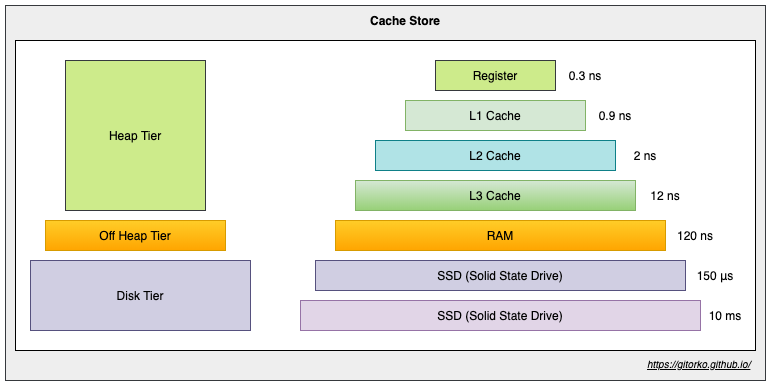
Above: post/grokking-the-system-design-interview/cache-store.png in gitorko/gitorko.github.io (draw.io), before the change. Source tidied: cells renumbered, new cells last; positions are measured from the earlier drawing's top-left corner, leaving out a move shared by most shapes. Its diagram source:
```xml
<mxGraphModel>
  <root>
    <mxCell id="0" />
    <mxCell id="1" parent="0" />
    <mxCell id="2" style="rounded=0;whiteSpace=wrap;html=1;fillColor=#eeeeee;strokeColor=#36393d;" parent="1" vertex="1">
      <mxGeometry width="760" height="375" as="geometry" />
    </mxCell>
    <mxCell id="3" style="rounded=0;whiteSpace=wrap;html=1;" parent="1" vertex="1">
      <mxGeometry x="10" y="35" width="740" height="310" as="geometry" />
    </mxCell>
    <mxCell id="4" value="Register" style="rounded=0;whiteSpace=wrap;html=1;fillColor=#cdeb8b;strokeColor=#36393d;" parent="1" vertex="1">
      <mxGeometry x="430" y="55" width="120" height="30" as="geometry" />
    </mxCell>
    <mxCell id="5" value="L1 Cache" style="rounded=0;whiteSpace=wrap;html=1;fillColor=#d5e8d4;strokeColor=#82b366;" parent="1" vertex="1">
      <mxGeometry x="400" y="95" width="180" height="30" as="geometry" />
    </mxCell>
    <mxCell id="6" value="L2 Cache" style="rounded=0;whiteSpace=wrap;html=1;fillColor=#b0e3e6;strokeColor=#0e8088;" parent="1" vertex="1">
      <mxGeometry x="370" y="135" width="240" height="30" as="geometry" />
    </mxCell>
    <mxCell id="7" value="L3 Cache" style="rounded=0;whiteSpace=wrap;html=1;gradientColor=#97d077;fillColor=#d5e8d4;strokeColor=#82b366;" parent="1" vertex="1">
      <mxGeometry x="350" y="175" width="280" height="30" as="geometry" />
    </mxCell>
    <mxCell id="8" value="RAM" style="rounded=0;whiteSpace=wrap;html=1;gradientColor=#ffa500;fillColor=#ffcd28;strokeColor=#d79b00;" parent="1" vertex="1">
      <mxGeometry x="330" y="215" width="330" height="30" as="geometry" />
    </mxCell>
    <mxCell id="9" value="SSD (Solid State Drive)" style="rounded=0;whiteSpace=wrap;html=1;fillColor=#d0cee2;strokeColor=#56517e;" parent="1" vertex="1">
      <mxGeometry x="310" y="255" width="370" height="30" as="geometry" />
    </mxCell>
    <mxCell id="10" value="SSD (Solid State Drive)" style="rounded=0;whiteSpace=wrap;html=1;fillColor=#e1d5e7;strokeColor=#9673a6;" parent="1" vertex="1">
      <mxGeometry x="295" y="295" width="400" height="30" as="geometry" />
    </mxCell>
    <mxCell id="11" value="0.3 ns" style="text;html=1;strokeColor=none;fillColor=none;align=center;verticalAlign=middle;whiteSpace=wrap;rounded=0;" parent="1" vertex="1">
      <mxGeometry x="560" y="60" width="40" height="20" as="geometry" />
    </mxCell>
    <mxCell id="12" value="0.9 ns" style="text;html=1;strokeColor=none;fillColor=none;align=center;verticalAlign=middle;whiteSpace=wrap;rounded=0;" parent="1" vertex="1">
      <mxGeometry x="590" y="100" width="40" height="20" as="geometry" />
    </mxCell>
    <mxCell id="13" value="2 ns" style="text;html=1;strokeColor=none;fillColor=none;align=center;verticalAlign=middle;whiteSpace=wrap;rounded=0;" parent="1" vertex="1">
      <mxGeometry x="620" y="140" width="40" height="20" as="geometry" />
    </mxCell>
    <mxCell id="14" value="12 ns" style="text;html=1;strokeColor=none;fillColor=none;align=center;verticalAlign=middle;whiteSpace=wrap;rounded=0;" parent="1" vertex="1">
      <mxGeometry x="640" y="180" width="40" height="20" as="geometry" />
    </mxCell>
    <mxCell id="15" value="120 ns" style="text;html=1;strokeColor=none;fillColor=none;align=center;verticalAlign=middle;whiteSpace=wrap;rounded=0;" parent="1" vertex="1">
      <mxGeometry x="670" y="220" width="40" height="20" as="geometry" />
    </mxCell>
    <mxCell id="16" value="150 μs" style="text;html=1;strokeColor=none;fillColor=none;align=center;verticalAlign=middle;whiteSpace=wrap;rounded=0;" parent="1" vertex="1">
      <mxGeometry x="690" y="260" width="40" height="20" as="geometry" />
    </mxCell>
    <mxCell id="17" value="10 ms" style="text;html=1;strokeColor=none;fillColor=none;align=center;verticalAlign=middle;whiteSpace=wrap;rounded=0;" parent="1" vertex="1">
      <mxGeometry x="700" y="300" width="40" height="20" as="geometry" />
    </mxCell>
    <mxCell id="18" value="Heap Tier" style="rounded=0;whiteSpace=wrap;html=1;fillColor=#cdeb8b;strokeColor=#36393d;" parent="1" vertex="1">
      <mxGeometry x="60" y="55" width="140" height="150" as="geometry" />
    </mxCell>
    <mxCell id="19" value="Off Heap Tier" style="rounded=0;whiteSpace=wrap;html=1;gradientColor=#ffa500;fillColor=#ffcd28;strokeColor=#d79b00;" parent="1" vertex="1">
      <mxGeometry x="40" y="215" width="180" height="30" as="geometry" />
    </mxCell>
    <mxCell id="20" value="Disk Tier" style="rounded=0;whiteSpace=wrap;html=1;fillColor=#d0cee2;strokeColor=#56517e;" parent="1" vertex="1">
      <mxGeometry x="25" y="255" width="220" height="70" as="geometry" />
    </mxCell>
    <mxCell id="21" value="Cache Store" style="text;html=1;strokeColor=none;fillColor=none;align=center;verticalAlign=middle;whiteSpace=wrap;rounded=0;fontStyle=1;" parent="1" vertex="1">
      <mxGeometry x="360" y="5" width="80" height="20" as="geometry" />
    </mxCell>
    <mxCell id="22" value="&lt;font style=&quot;font-size: 10px&quot;&gt;&lt;i&gt;&lt;u&gt;https://gitorko.github.io/&lt;/u&gt;&lt;/i&gt;&lt;/font&gt;" style="text;html=1;" parent="1" vertex="1">
      <mxGeometry x="640" y="345" width="110" height="30" as="geometry" />
    </mxCell>
  </root>
</mxGraphModel>
```
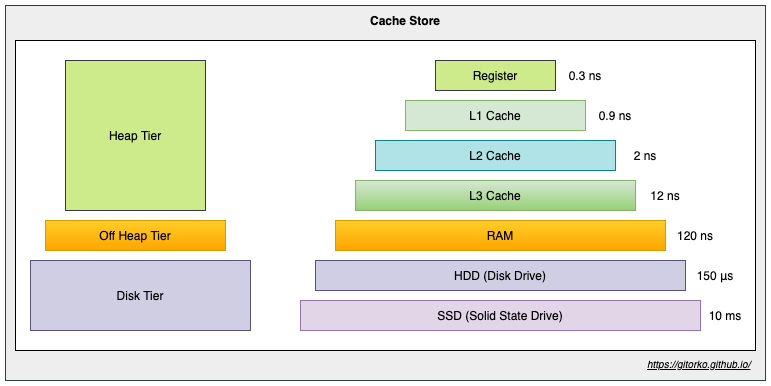
After the change.

What changed in the source:
```diff
@@ -23,7 +23,7 @@
     <mxCell id="8" value="RAM" style="rounded=0;whiteSpace=wrap;html=1;gradientColor=#ffa500;fillColor=#ffcd28;strokeColor=#d79b00;" parent="1" vertex="1">
       <mxGeometry x="330" y="215" width="330" height="30" as="geometry" />
     </mxCell>
-    <mxCell id="9" value="SSD (Solid State Drive)" style="rounded=0;whiteSpace=wrap;html=1;fillColor=#d0cee2;strokeColor=#56517e;" parent="1" vertex="1">
+    <mxCell id="9" value="HDD (Disk Drive)" style="rounded=0;whiteSpace=wrap;html=1;fillColor=#d0cee2;strokeColor=#56517e;" parent="1" vertex="1">
       <mxGeometry x="310" y="255" width="370" height="30" as="geometry" />
     </mxCell>
     <mxCell id="10" value="SSD (Solid State Drive)" style="rounded=0;whiteSpace=wrap;html=1;fillColor=#e1d5e7;strokeColor=#9673a6;" parent="1" vertex="1">
```
